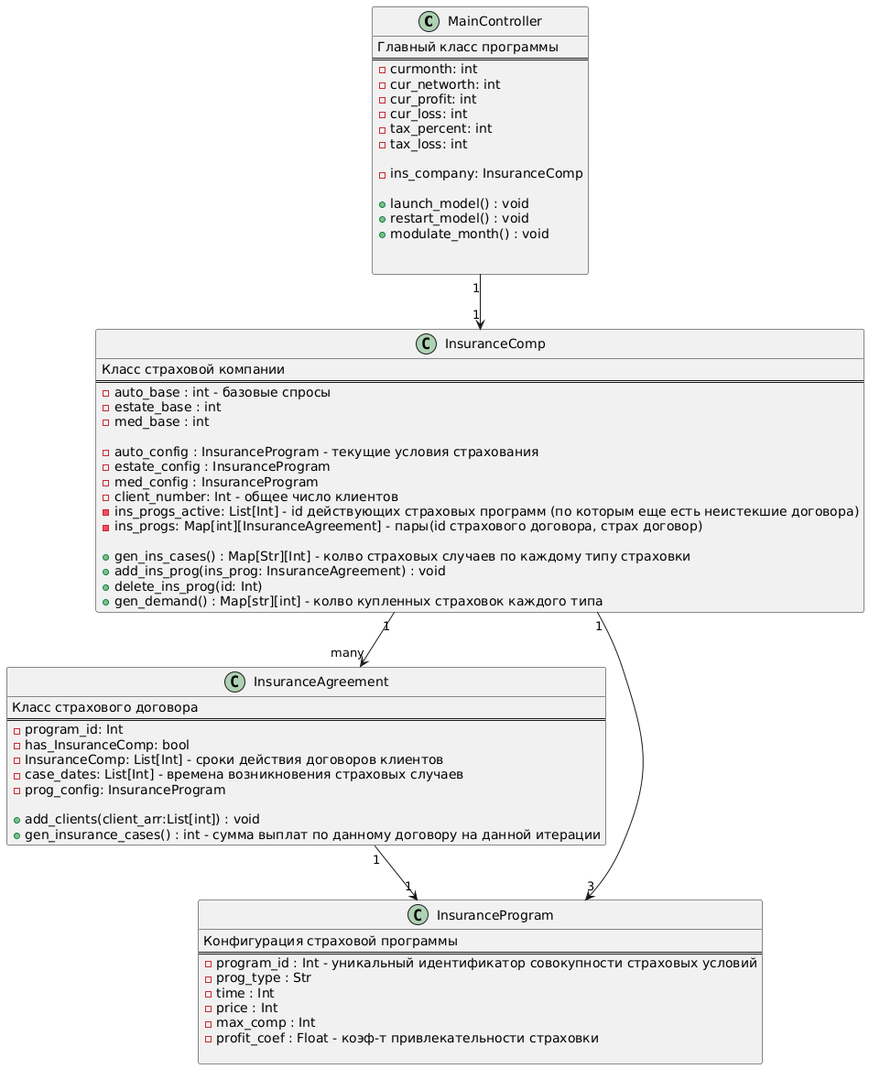
The PlantUML diagram diagram_image.png in grishchenkoalexey2004/prac_8th_term, before a commit. Source of this version:
```plantuml
@startuml
class MainController {
Главный класс программы
==
    - curmonth: int
    - cur_networth: int
    - cur_profit: int
    - cur_loss: int
    - tax_percent: int
    - tax_loss: int

    - ins_company: InsuranceComp

    + launch_model() : void
    + restart_model() : void
    + modulate_month() : void


}

class InsuranceComp{
Класс страховой компании
==
    - auto_base : int - базовые спросы
    - estate_base : int
    - med_base : int

    - auto_config : InsuranceProgram - текущие условия страхования
    - estate_config : InsuranceProgram
    - med_config : InsuranceProgram
    - client_number: Int - общее число клиентов
    - ins_progs_active: List[Int] - id действующих страховых программ (по которым еще есть неистекшие договора)
    - ins_progs: Map[int][InsuranceAgreement] - пары(id страхового договора, страх договор)

    + gen_ins_cases() : Map[Str][Int] - колво страховых случаев по каждому типу страховки
    + add_ins_prog(ins_prog: InsuranceAgreement) : void
    + delete_ins_prog(id: Int)
    + gen_demand() : Map[str][int] - колво купленных страховок каждого типа
}


class InsuranceAgreement{
Класс страхового договора
==
    - program_id: Int
    - has_InsuranceComp: bool
    - InsuranceComp: List[Int] - сроки действия договоров клиентов
    - case_dates: List[Int] - времена возникновения страховых случаев
    - prog_config: InsuranceProgram

    + add_clients(client_arr:List[int]) : void
    + gen_insurance_cases() : int - сумма выплат по данному договору на данной итерации
}


class InsuranceProgram{
Конфигурация страховой программы
==
    - program_id : Int - уникальный идентификатор совокупности страховых условий
    - prog_type : Str
    - time : Int
    - price : Int
    - max_comp : Int
    - profit_coef : Float - коэф-т привлекательности страховки

}

MainController "1" --> "1" InsuranceComp
InsuranceComp "1" --> "many" InsuranceAgreement
InsuranceComp "1" --> "3" InsuranceProgram
InsuranceAgreement "1" --> "1" InsuranceProgram
@enduml
```
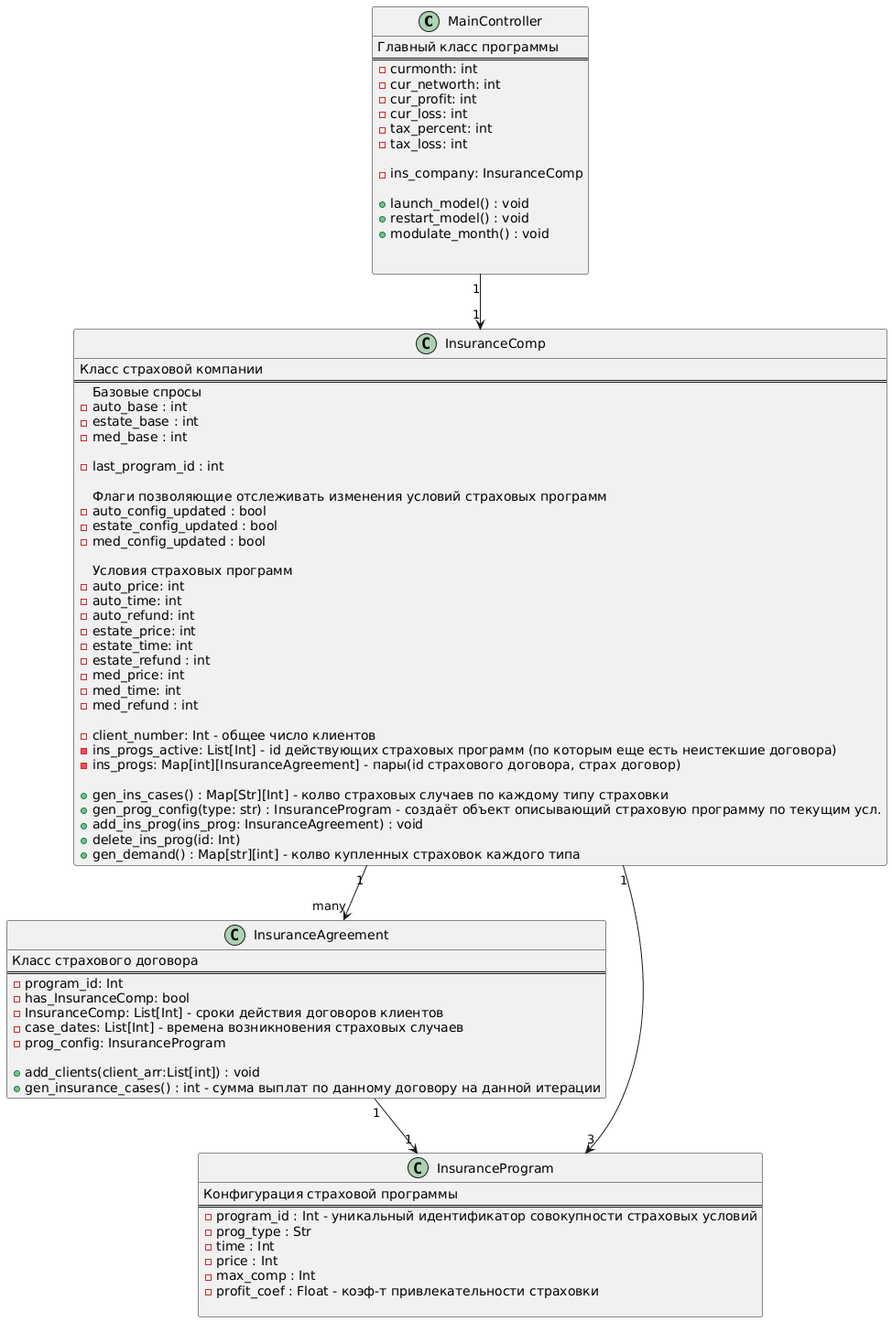
The same file after the commit.

Commit message:
Updated class diagram code and image

Change to the diagram source:
```diff
@@ -21,18 +21,35 @@
 class InsuranceComp{
 Класс страховой компании
 ==
-    - auto_base : int - базовые спросы
+    Базовые спросы
+    - auto_base : int
     - estate_base : int
     - med_base : int
 
-    - auto_config : InsuranceProgram - текущие условия страхования
-    - estate_config : InsuranceProgram
-    - med_config : InsuranceProgram
+    - last_program_id : int
+
+    Флаги позволяющие отслеживать изменения условий страховых программ
+    - auto_config_updated : bool
+    - estate_config_updated : bool
+    - med_config_updated : bool
+
+    Условия страховых программ
+    - auto_price: int
+    - auto_time: int
+    - auto_refund: int
+    - estate_price: int
+    - estate_time: int
+    - estate_refund : int
+    - med_price: int
+    - med_time: int
+    - med_refund : int
+
     - client_number: Int - общее число клиентов
     - ins_progs_active: List[Int] - id действующих страховых программ (по которым еще есть неистекшие договора)
     - ins_progs: Map[int][InsuranceAgreement] - пары(id страхового договора, страх договор)
 
     + gen_ins_cases() : Map[Str][Int] - колво страховых случаев по каждому типу страховки
+    + gen_prog_config(type: str) : InsuranceProgram - создаёт объект описывающий страховую программу по текущим усл.
     + add_ins_prog(ins_prog: InsuranceAgreement) : void
     + delete_ins_prog(id: Int)
     + gen_demand() : Map[str][int] - колво купленных страховок каждого типа
```
